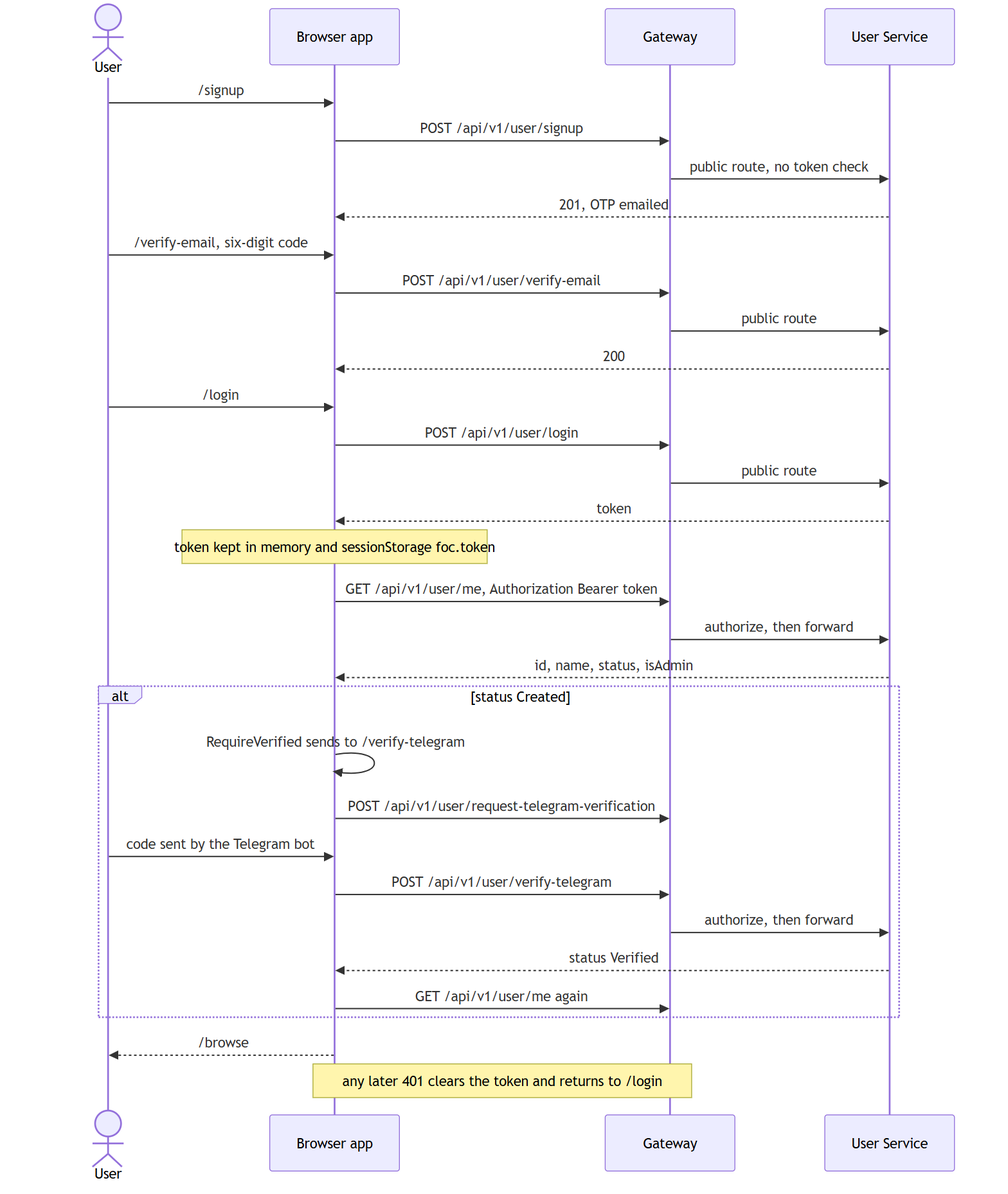
This is frontend/docs/seq-sign-in.png from CS3219-AY2627S1/FoC-Template, a Mermaid export, as it was before one commit. Its source is kept beside it as frontend/docs/seq-sign-in.mmd.
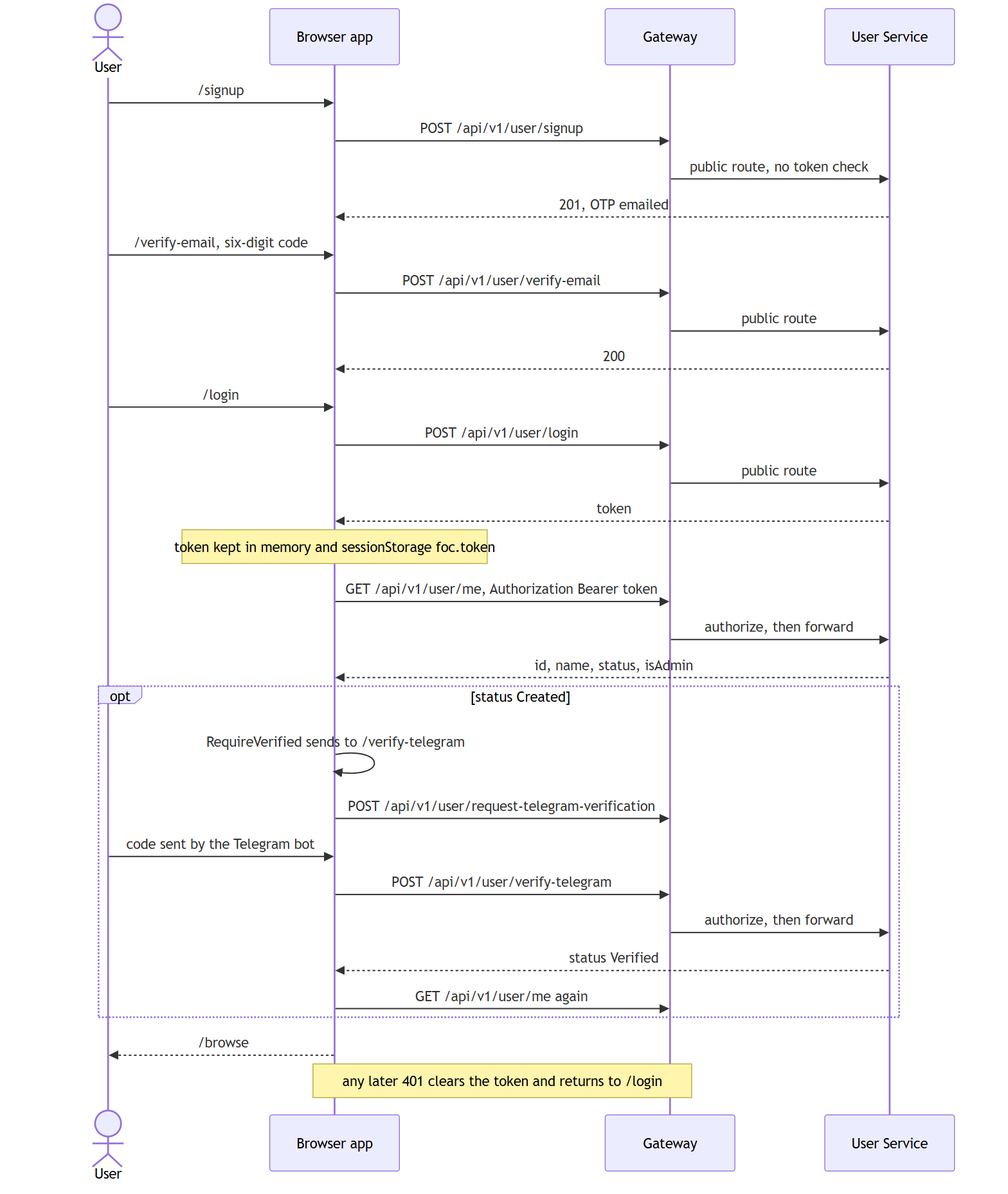
After the change.

The edit, as a diff of the source:
```diff
@@ -20,7 +20,7 @@
     App->>GW: GET /api/v1/user/me, Authorization Bearer token
     GW->>User: authorize, then forward
     User-->>App: id, name, status, isAdmin
-    alt status Created
+    opt status Created
         App->>App: RequireVerified sends to /verify-telegram
         App->>GW: POST /api/v1/user/request-telegram-verification
         U->>App: code sent by the Telegram bot
```
